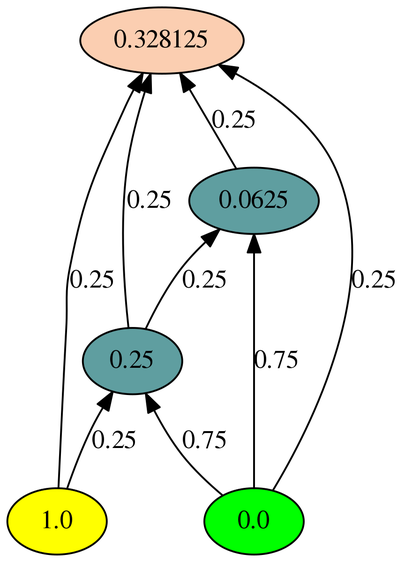
Earlier version of the Graphviz export GuiTool/image/Vospa/VospaDot.png (iitramar/guiTool). Its source is kept beside it as GuiTool/image/Vospa/VospaDot.dot.
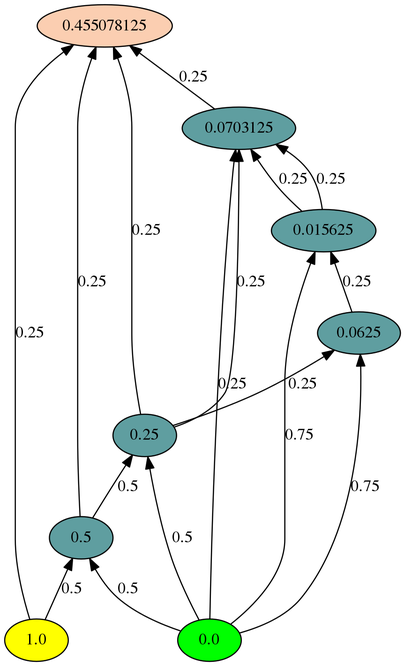
After the change.

Diff of the diagram source:
```diff
@@ -2,21 +2,38 @@
 rankdir = BT;
 compound=true;
 1.0[style=filled, fillcolor=yellow];
-1.0->0.25[label=0.25];
+1.0->0.5[label=0.5];
 0.0[style=filled, fillcolor=green];
-0.0->0.25[label=0.75];
+0.0->0.5[label=0.5];
+0.5->0.25[label=0.5];
+0.0[style=filled, fillcolor=green];
+0.0->0.25[label=0.5];
 0.25->0.0625[label=0.25];
 0.0[style=filled, fillcolor=green];
 0.0->0.0625[label=0.75];
-0.328125 [style=filled, fillcolor=white];
-1.0->0.328125[label=0.25];
-0.328125 [style=filled, fillcolor=white];
-0.25->0.328125[label=0.25];
-0.328125 [style=filled, fillcolor=white];
-0.0625->0.328125[label=0.25];
-0.328125 [style=filled, fillcolor=white];
-0.0->0.328125[label=0.25];
-0.328125 [style=filled, fillcolor="#FBCEB1"];
+0.0625->0.015625[label=0.25];
+0.0[style=filled, fillcolor=green];
+0.0->0.015625[label=0.75];
+0.0703125 [style=filled, fillcolor=white];
+0.25->0.0703125[label=0.25];
+0.0703125 [style=filled, fillcolor=white];
+0.015625->0.0703125[label=0.25];
+0.0703125 [style=filled, fillcolor=white];
+0.015625->0.0703125[label=0.25];
+0.0703125 [style=filled, fillcolor=white];
+0.0->0.0703125[label=0.25];
+0.0703125[style=filled, fillcolor="#5F9EA0"];
+0.455078125 [style=filled, fillcolor=white];
+1.0->0.455078125[label=0.25];
+0.455078125 [style=filled, fillcolor=white];
+0.5->0.455078125[label=0.25];
+0.455078125 [style=filled, fillcolor=white];
+0.25->0.455078125[label=0.25];
+0.455078125 [style=filled, fillcolor=white];
+0.0703125->0.455078125[label=0.25];
+0.455078125 [style=filled, fillcolor="#FBCEB1"];
+0.015625[style=filled, fillcolor="#5F9EA0"];
 0.0625[style=filled, fillcolor="#5F9EA0"];
 0.25[style=filled, fillcolor="#5F9EA0"];
+0.5[style=filled, fillcolor="#5F9EA0"];
 }
```
